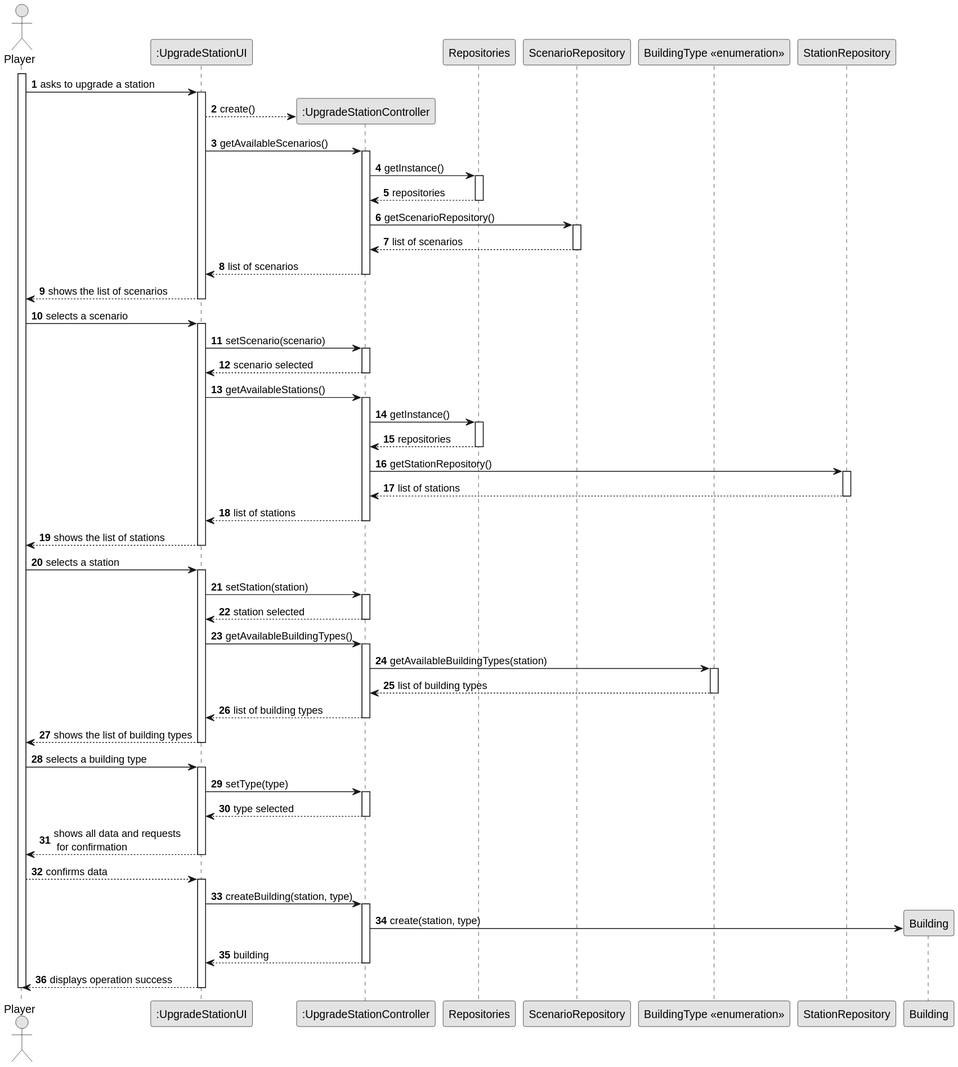
Above: Sprint2/US006/03.design/svg/US006-SD-full.svg in 1240935/pi2-railway-simulator (PlantUML), before the change.
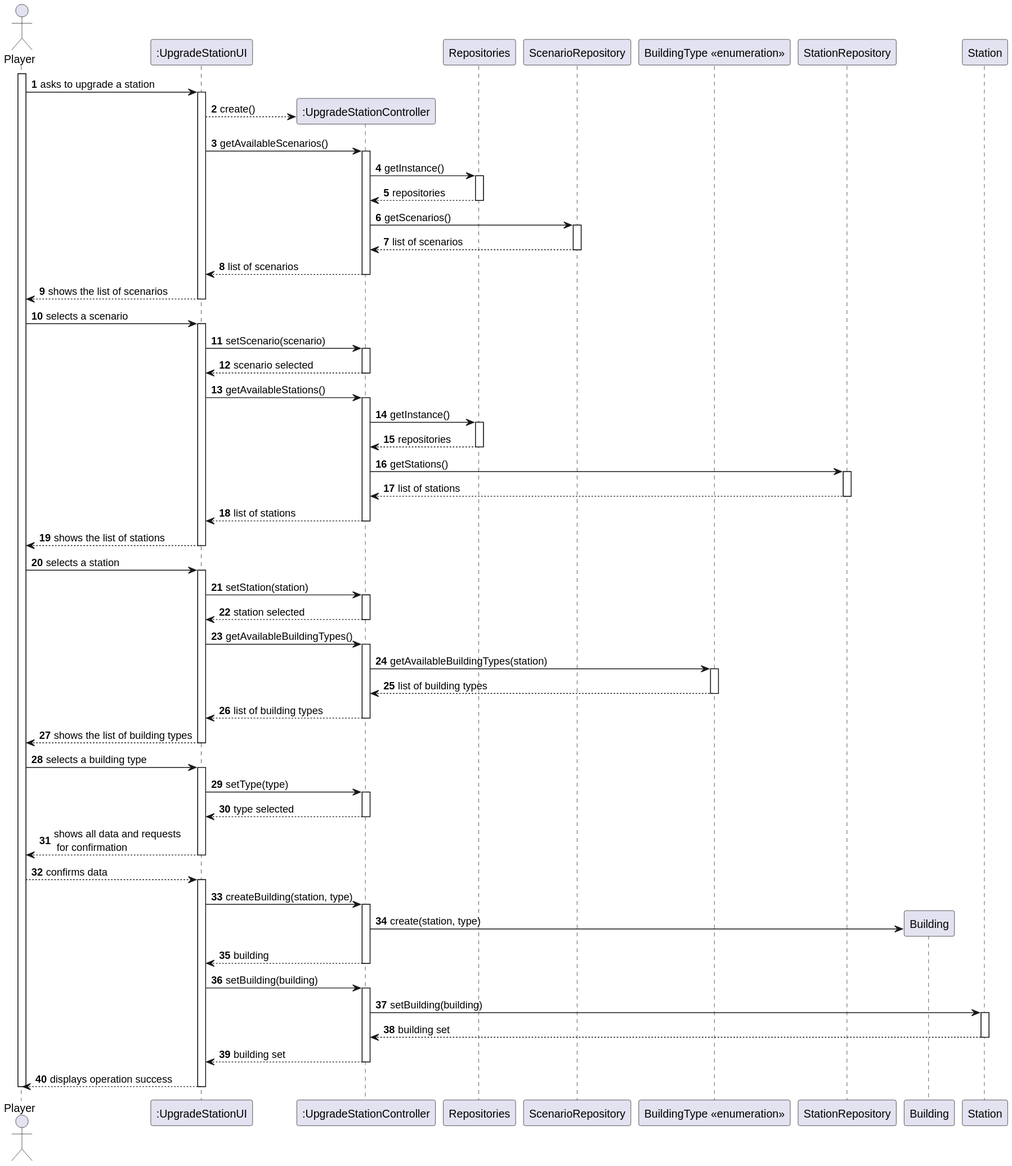
The same file after the commit.

Diff of the diagram source:
```diff
@@ -1,5 +1,4 @@
 @startuml
-skinparam monochrome true
 skinparam packageStyle rectangle
 skinparam shadowing false
 
@@ -13,6 +12,7 @@
     participant "BuildingType <<enumeration>>" as BTYPE
     participant "StationRepository" as STREPOS
     participant "Building" as BUILDING
+    participant "Station" as STATION
 
     activate PLAYER
 
@@ -31,7 +31,7 @@
 
     deactivate REPOS
 
-    CTRL -> SREPOS : getScenarioRepository()
+    CTRL -> SREPOS : getScenarios()
     activate SREPOS
 
     SREPOS --> CTRL : list of scenarios
@@ -65,7 +65,7 @@
 
         deactivate REPOS
 
-        CTRL -> STREPOS : getStationRepository()
+        CTRL -> STREPOS : getStations()
         activate STREPOS
 
         STREPOS --> CTRL : list of stations
@@ -128,6 +128,15 @@
     CTRL --> UI : building
     deactivate CTRL
 
+    UI -> CTRL: setBuilding(building)
+    activate CTRL
+    CTRL -> STATION : setBuilding(building)
+    activate STATION
+    STATION --> CTRL: building set
+    deactivate STATION
+    CTRL --> UI: building set
+    deactivate CTRL
+
     UI --> PLAYER : displays operation success
     deactivate UI
     deactivate PLAYER
```
